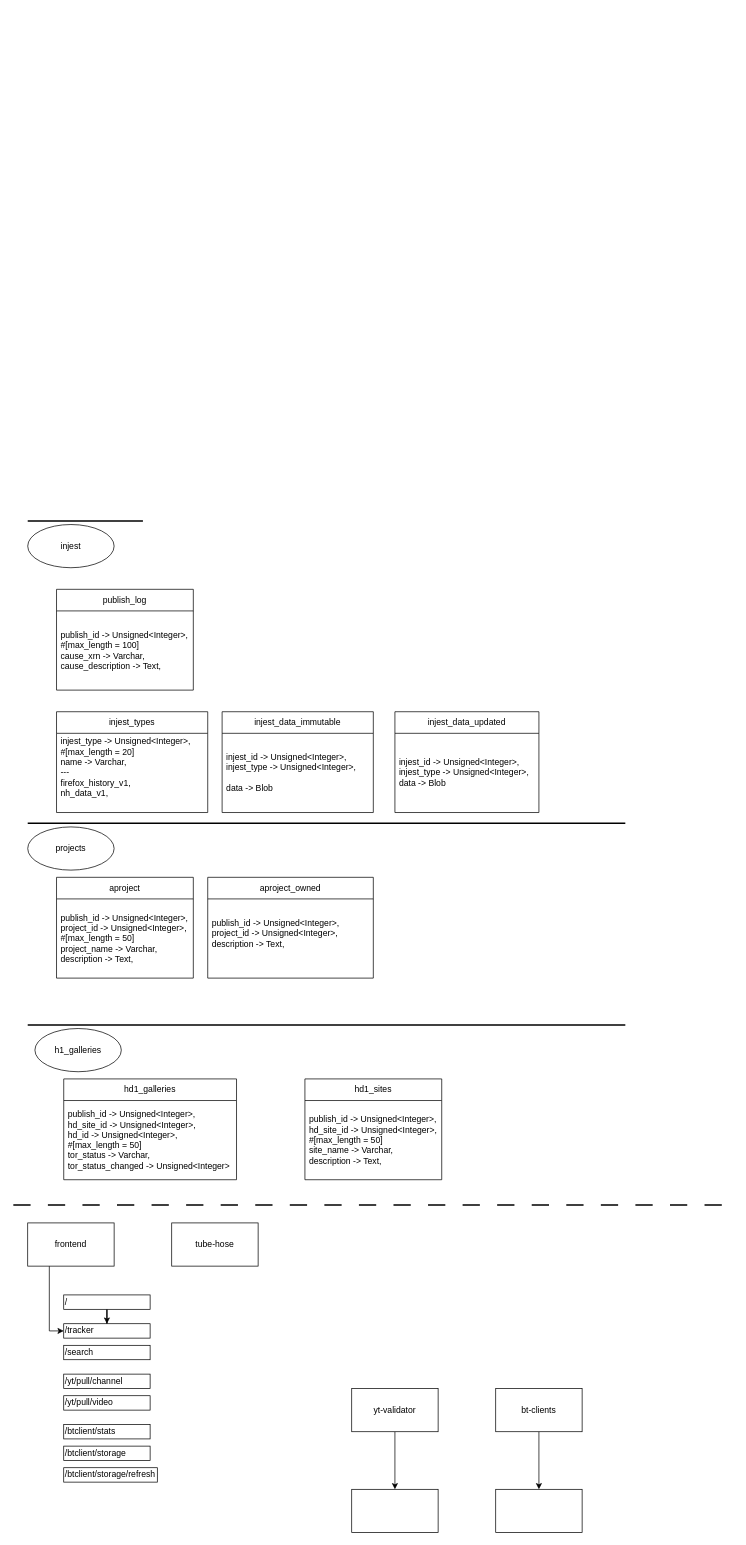
TheLQ/tako-diagrams keeps this draw.io diagram as shiori.drawio. Above is the earlier version. Source tidied: cells renumbered, new cells numbered last; positions are measured from the earlier drawing's top-left corner, leaving out a move shared by most shapes. Both pictures are drawn from the tidied source at 72%, with x=0, y=0 at pixel (13, 517).
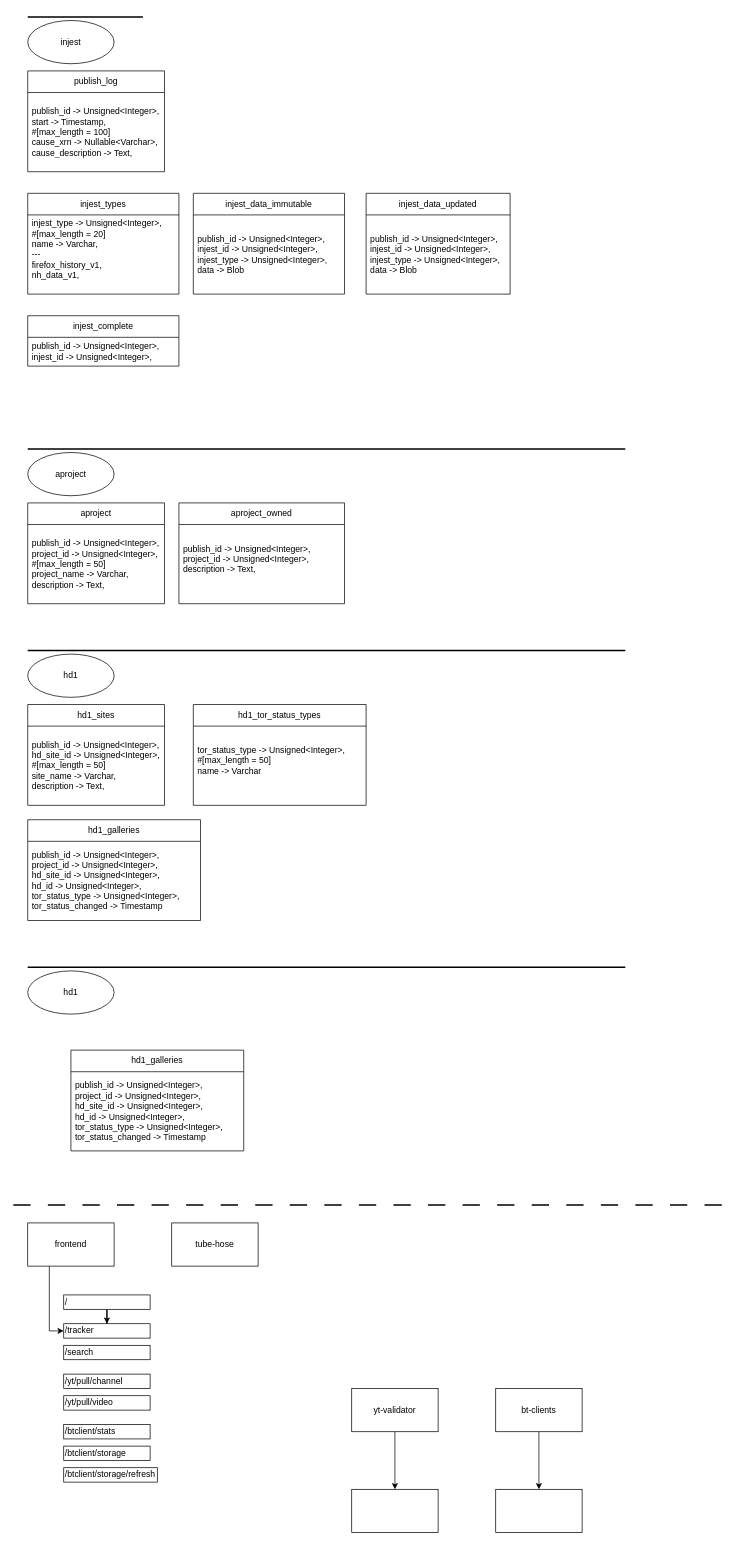
After the change.

Commit message:
shiori: hd1 init

Diff of the diagram source:
```diff
@@
     <mxCell id="21" value="injest" style="ellipse;whiteSpace=wrap;html=1;" parent="1" vertex="1">
-      <mxGeometry x="20" y="10" width="120" height="60" as="geometry" />
+      <mxGeometry x="20" y="-690" width="120" height="60" as="geometry" />
     </mxCell>
     <mxCell id="22" style="line;strokeWidth=2;html=1;" parent="1" vertex="1">
-      <mxGeometry x="20" width="160" height="10" as="geometry" />
+      <mxGeometry x="20" y="-700" width="160" height="10" as="geometry" />
     </mxCell>
     <mxCell id="23" value="aproject" style="swimlane;fontStyle=0;horizontal=1;startSize=30;whiteSpace=wrap;html=1;" parent="1" vertex="1">
-      <mxGeometry x="60" y="500" width="190" height="140" as="geometry" />
+      <mxGeometry x="20" y="-20" width="190" height="140" as="geometry" />
     </mxCell>
@@
     <mxCell id="25" value="aproject_owned" style="swimlane;fontStyle=0;horizontal=1;startSize=30;whiteSpace=wrap;html=1;" parent="1" vertex="1">
-      <mxGeometry x="270" y="500" width="230" height="140" as="geometry" />
+      <mxGeometry x="230" y="-20" width="230" height="140" as="geometry" />
     </mxCell>
@@
     <mxCell id="27" value="publish_log" style="swimlane;fontStyle=0;horizontal=1;startSize=30;whiteSpace=wrap;html=1;" parent="1" vertex="1">
-      <mxGeometry x="60" y="100" width="190" height="140" as="geometry" />
+      <mxGeometry x="20" y="-620" width="190" height="140" as="geometry" />
     </mxCell>
-    <mxCell id="28" value="&lt;div&gt;publish_id&amp;nbsp;-&amp;gt; Unsigned&amp;lt;Integer&amp;gt;,&lt;/div&gt;&lt;div&gt;#[max_length = 100]&lt;/div&gt;&lt;div&gt;cause_xrn -&amp;gt; Varchar,&lt;/div&gt;&lt;div&gt;cause_description -&amp;gt; Text,&lt;/div&gt;" style="text;strokeColor=none;fillColor=none;align=left;verticalAlign=middle;spacingLeft=4;spacingRight=4;overflow=hidden;whiteSpace=wrap;html=1;" parent="27" vertex="1">
+    <mxCell id="28" value="&lt;div&gt;publish_id&amp;nbsp;-&amp;gt; Unsigned&amp;lt;Integer&amp;gt;,&lt;/div&gt;&lt;div&gt;start -&amp;gt; Timestamp,&lt;/div&gt;&lt;div&gt;#[max_length = 100]&lt;/div&gt;&lt;div&gt;cause_xrn -&amp;gt; Nullable&amp;lt;Varchar&amp;gt;,&lt;/div&gt;&lt;div&gt;cause_description -&amp;gt; Text,&lt;/div&gt;" style="text;strokeColor=none;fillColor=none;align=left;verticalAlign=middle;spacingLeft=4;spacingRight=4;overflow=hidden;whiteSpace=wrap;html=1;" parent="27" vertex="1">
       <mxGeometry y="30" width="190" height="110" as="geometry" />
     </mxCell>
     <mxCell id="29" value="injest_data_immutable" style="swimlane;fontStyle=0;horizontal=1;startSize=30;whiteSpace=wrap;html=1;" parent="1" vertex="1">
-      <mxGeometry x="290" y="270" width="210" height="140" as="geometry" />
+      <mxGeometry x="250" y="-450" width="210" height="140" as="geometry" />
     </mxCell>
-    <mxCell id="30" value="&lt;div&gt;injest_id -&amp;gt; Unsigned&amp;lt;Integer&amp;gt;,&lt;/div&gt;&lt;div&gt;&lt;div&gt;injest_type -&amp;gt; Unsigned&amp;lt;Integer&amp;gt;,&lt;/div&gt;&lt;div&gt;&lt;br&gt;&lt;/div&gt;data -&amp;gt; Blob&lt;/div&gt;" style="text;strokeColor=none;fillColor=none;align=left;verticalAlign=middle;spacingLeft=4;spacingRight=4;overflow=hidden;whiteSpace=wrap;html=1;" parent="29" vertex="1">
+    <mxCell id="30" value="&lt;div&gt;publish_id&amp;nbsp;-&amp;gt; Unsigned&amp;lt;Integer&amp;gt;,&lt;/div&gt;&lt;div&gt;injest_id -&amp;gt; Unsigned&amp;lt;Integer&amp;gt;,&lt;/div&gt;&lt;div&gt;&lt;div&gt;injest_type -&amp;gt; Unsigned&amp;lt;Integer&amp;gt;,&lt;/div&gt;data -&amp;gt; Blob&lt;/div&gt;" style="text;strokeColor=none;fillColor=none;align=left;verticalAlign=middle;spacingLeft=4;spacingRight=4;overflow=hidden;whiteSpace=wrap;html=1;" parent="29" vertex="1">
       <mxGeometry y="30" width="210" height="110" as="geometry" />
     </mxCell>
     <mxCell id="31" value="injest_data_updated" style="swimlane;fontStyle=0;horizontal=1;startSize=30;whiteSpace=wrap;html=1;" parent="1" vertex="1">
-      <mxGeometry x="530" y="270" width="200" height="140" as="geometry" />
+      <mxGeometry x="490" y="-450" width="200" height="140" as="geometry" />
     </mxCell>
-    <mxCell id="32" value="&lt;div&gt;injest_id -&amp;gt; Unsigned&amp;lt;Integer&amp;gt;,&lt;/div&gt;&lt;div&gt;injest_type -&amp;gt; Unsigned&amp;lt;Integer&amp;gt;,&lt;/div&gt;&lt;div&gt;data -&amp;gt; Blob&lt;/div&gt;" style="text;strokeColor=none;fillColor=none;align=left;verticalAlign=middle;spacingLeft=4;spacingRight=4;overflow=hidden;whiteSpace=wrap;html=1;" parent="31" vertex="1">
+    <mxCell id="32" value="&lt;div&gt;publish_id&amp;nbsp;-&amp;gt; Unsigned&amp;lt;Integer&amp;gt;,&lt;/div&gt;&lt;div&gt;injest_id -&amp;gt; Unsigned&amp;lt;Integer&amp;gt;,&lt;/div&gt;&lt;div&gt;injest_type -&amp;gt; Unsigned&amp;lt;Integer&amp;gt;,&lt;/div&gt;&lt;div&gt;data -&amp;gt; Blob&lt;/div&gt;" style="text;strokeColor=none;fillColor=none;align=left;verticalAlign=middle;spacingLeft=4;spacingRight=4;overflow=hidden;whiteSpace=wrap;html=1;" parent="31" vertex="1">
       <mxGeometry y="30" width="200" height="110" as="geometry" />
     </mxCell>
     <mxCell id="33" value="injest_types" style="swimlane;fontStyle=0;horizontal=1;startSize=30;whiteSpace=wrap;html=1;" parent="1" vertex="1">
-      <mxGeometry x="60" y="270" width="210" height="140" as="geometry" />
+      <mxGeometry x="20" y="-450" width="210" height="140" as="geometry" />
     </mxCell>
@@
     <mxCell id="35" style="line;strokeWidth=2;html=1;" parent="1" vertex="1">
-      <mxGeometry x="20" y="420" width="830" height="10" as="geometry" />
+      <mxGeometry x="20" y="-100" width="830" height="10" as="geometry" />
     </mxCell>
-    <mxCell id="36" value="projects" style="ellipse;whiteSpace=wrap;html=1;" parent="1" vertex="1">
-      <mxGeometry x="20" y="430" width="120" height="60" as="geometry" />
+    <mxCell id="36" value="aproject" style="ellipse;whiteSpace=wrap;html=1;" parent="1" vertex="1">
+      <mxGeometry x="20" y="-90" width="120" height="60" as="geometry" />
     </mxCell>
     <mxCell id="37" style="line;strokeWidth=2;html=1;" parent="1" vertex="1">
-      <mxGeometry x="20" y="700" width="830" height="10" as="geometry" />
+      <mxGeometry x="20" y="180" width="830" height="10" as="geometry" />
     </mxCell>
-    <mxCell id="38" value="h1_galleries" style="ellipse;whiteSpace=wrap;html=1;" parent="1" vertex="1">
-      <mxGeometry x="30" y="710" width="120" height="60" as="geometry" />
+    <mxCell id="38" value="hd1" style="ellipse;whiteSpace=wrap;html=1;" parent="1" vertex="1">
+      <mxGeometry x="20" y="190" width="120" height="60" as="geometry" />
     </mxCell>
     <mxCell id="39" value="hd1_galleries" style="swimlane;fontStyle=0;horizontal=1;startSize=30;whiteSpace=wrap;html=1;" parent="1" vertex="1">
-      <mxGeometry x="70" y="780" width="240" height="140" as="geometry" />
+      <mxGeometry x="20" y="420" width="240" height="140" as="geometry" />
     </mxCell>
-    <mxCell id="40" value="&lt;div&gt;&lt;div&gt;publish_id&amp;nbsp;-&amp;gt; Unsigned&amp;lt;Integer&amp;gt;,&lt;/div&gt;&lt;/div&gt;&lt;div&gt;&lt;div&gt;hd_site_id -&amp;gt; Unsigned&amp;lt;Integer&amp;gt;,&lt;/div&gt;&lt;/div&gt;&lt;div&gt;hd_id -&amp;gt; Unsigned&amp;lt;Integer&amp;gt;,&lt;/div&gt;&lt;div&gt;#[max_length = 50]&lt;/div&gt;&lt;div&gt;tor_status -&amp;gt; Varchar,&lt;/div&gt;&lt;div&gt;tor_status_changed -&amp;gt; Unsigned&amp;lt;Integer&amp;gt;&lt;/div&gt;" style="text;strokeColor=none;fillColor=none;align=left;verticalAlign=middle;spacingLeft=4;spacingRight=4;overflow=hidden;whiteSpace=wrap;html=1;" parent="39" vertex="1">
+    <mxCell id="40" value="&lt;div&gt;&lt;div&gt;publish_id&amp;nbsp;-&amp;gt; Unsigned&amp;lt;Integer&amp;gt;,&lt;/div&gt;&lt;div&gt;project_id -&amp;gt; Unsigned&amp;lt;Integer&amp;gt;,&lt;/div&gt;&lt;/div&gt;&lt;div&gt;&lt;div&gt;hd_site_id -&amp;gt; Unsigned&amp;lt;Integer&amp;gt;,&lt;/div&gt;&lt;/div&gt;&lt;div&gt;hd_id -&amp;gt; Unsigned&amp;lt;Integer&amp;gt;,&lt;/div&gt;&lt;div&gt;&lt;div&gt;tor_status_type -&amp;gt; Unsigned&amp;lt;Integer&amp;gt;,&lt;/div&gt;&lt;/div&gt;&lt;div&gt;tor_status_changed -&amp;gt; Timestamp&lt;/div&gt;" style="text;strokeColor=none;fillColor=none;align=left;verticalAlign=middle;spacingLeft=4;spacingRight=4;overflow=hidden;whiteSpace=wrap;html=1;" parent="39" vertex="1">
       <mxGeometry y="30" width="240" height="110" as="geometry" />
     </mxCell>
     <mxCell id="41" value="hd1_sites" style="swimlane;fontStyle=0;horizontal=1;startSize=30;whiteSpace=wrap;html=1;" parent="1" vertex="1">
-      <mxGeometry x="405" y="780" width="190" height="140" as="geometry" />
+      <mxGeometry x="20" y="260" width="190" height="140" as="geometry" />
     </mxCell>
@@
+    <mxCell id="43" value="hd1_tor_status_types" style="swimlane;fontStyle=0;horizontal=1;startSize=30;whiteSpace=wrap;html=1;" parent="1" vertex="1">
+      <mxGeometry x="250" y="260" width="240" height="140" as="geometry" />
+    </mxCell>
+    <mxCell id="44" value="&lt;div&gt;&lt;div&gt;tor_status_type -&amp;gt; Unsigned&amp;lt;Integer&amp;gt;,&lt;/div&gt;&lt;div&gt;#[max_length = 50]&lt;/div&gt;&lt;div&gt;name -&amp;gt; Varchar&lt;/div&gt;&lt;br&gt;&lt;/div&gt;" style="text;strokeColor=none;fillColor=none;align=left;verticalAlign=middle;spacingLeft=4;spacingRight=4;overflow=hidden;whiteSpace=wrap;html=1;" parent="43" vertex="1">
+      <mxGeometry y="30" width="240" height="110" as="geometry" />
+    </mxCell>
+    <mxCell id="45" value="injest_complete" style="swimlane;fontStyle=0;horizontal=1;startSize=30;whiteSpace=wrap;html=1;" parent="1" vertex="1">
+      <mxGeometry x="20" y="-280" width="210" height="70" as="geometry" />
+    </mxCell>
+    <mxCell id="46" value="&lt;div&gt;&lt;div&gt;publish_id&amp;nbsp;-&amp;gt; Unsigned&amp;lt;Integer&amp;gt;,&lt;/div&gt;&lt;/div&gt;&lt;div&gt;injest_id -&amp;gt; Unsigned&amp;lt;Integer&amp;gt;,&lt;/div&gt;" style="text;strokeColor=none;fillColor=none;align=left;verticalAlign=middle;spacingLeft=4;spacingRight=4;overflow=hidden;whiteSpace=wrap;html=1;" parent="45" vertex="1">
+      <mxGeometry y="30" width="210" height="40" as="geometry" />
+    </mxCell>
+    <mxCell id="47" style="line;strokeWidth=2;html=1;" parent="1" vertex="1">
+      <mxGeometry x="20" y="620" width="830" height="10" as="geometry" />
+    </mxCell>
+    <mxCell id="48" value="hd1" style="ellipse;whiteSpace=wrap;html=1;" parent="1" vertex="1">
+      <mxGeometry x="20" y="630" width="120" height="60" as="geometry" />
+    </mxCell>
+    <mxCell id="49" value="hd1_galleries" style="swimlane;fontStyle=0;horizontal=1;startSize=30;whiteSpace=wrap;html=1;" parent="1" vertex="1">
+      <mxGeometry x="80" y="740" width="240" height="140" as="geometry" />
+    </mxCell>
+    <mxCell id="50" value="&lt;div&gt;&lt;div&gt;publish_id&amp;nbsp;-&amp;gt; Unsigned&amp;lt;Integer&amp;gt;,&lt;/div&gt;&lt;div&gt;project_id -&amp;gt; Unsigned&amp;lt;Integer&amp;gt;,&lt;/div&gt;&lt;/div&gt;&lt;div&gt;&lt;div&gt;hd_site_id -&amp;gt; Unsigned&amp;lt;Integer&amp;gt;,&lt;/div&gt;&lt;/div&gt;&lt;div&gt;hd_id -&amp;gt; Unsigned&amp;lt;Integer&amp;gt;,&lt;/div&gt;&lt;div&gt;&lt;div&gt;tor_status_type -&amp;gt; Unsigned&amp;lt;Integer&amp;gt;,&lt;/div&gt;&lt;/div&gt;&lt;div&gt;tor_status_changed -&amp;gt; Timestamp&lt;/div&gt;" style="text;strokeColor=none;fillColor=none;align=left;verticalAlign=middle;spacingLeft=4;spacingRight=4;overflow=hidden;whiteSpace=wrap;html=1;" parent="49" vertex="1">
+      <mxGeometry y="30" width="240" height="110" as="geometry" />
+    </mxCell>
```
